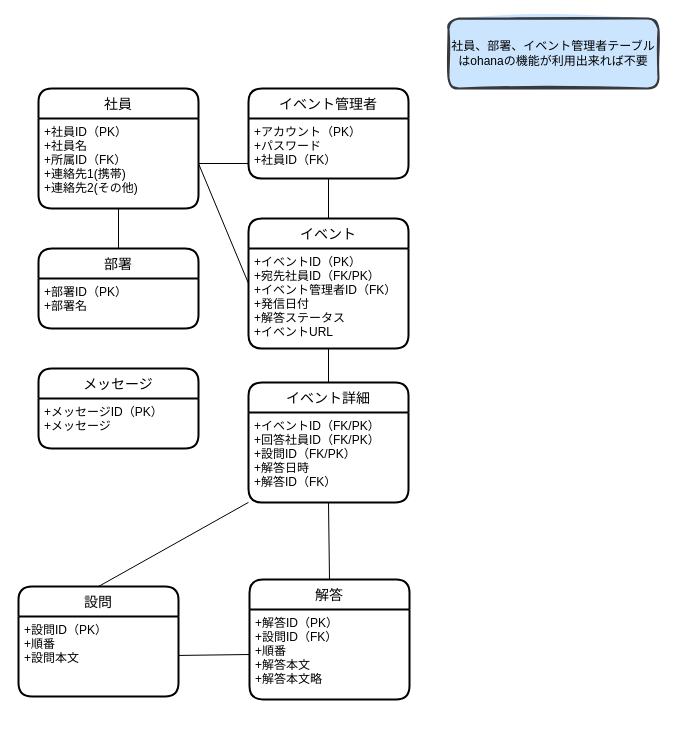
Before: safetyConfirmation/doc/03_ER/safetyConfirmation_er.drawio in ken-fulGit/fulGit, a draw.io diagram. Source tidied: cells renumbered, new cells numbered last; positions are measured from the earlier drawing's top-left corner, leaving out a move shared by most shapes. Both pictures are drawn from the tidied source at 100%, with x=0, y=0 at pixel (18, 18).
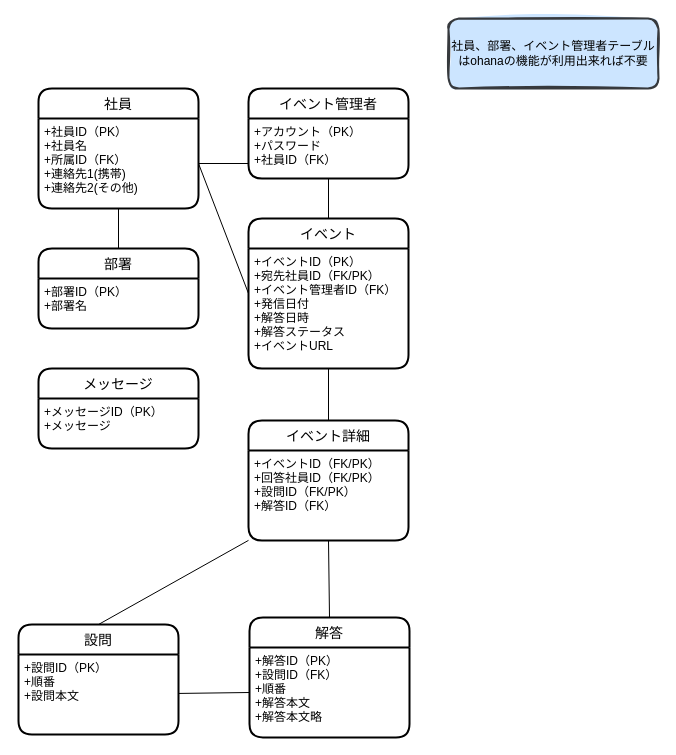
The same page after the edit.

Commit message (it also covers changes not shown here):
イベント及びイベント詳細エンティティ修正

The edit, as a diff of the source:
```diff
@@
     <mxCell id="9" value="設問" style="swimlane;horizontal=1;startSize=30;rounded=1;fontSize=14;fontStyle=0;strokeWidth=2;shadow=0;dashed=0;align=center;" parent="1" vertex="1">
-      <mxGeometry y="568" width="160" height="110" as="geometry" />
+      <mxGeometry y="606" width="160" height="110" as="geometry" />
     </mxCell>
@@
     <mxCell id="11" value="解答" style="swimlane;horizontal=1;startSize=30;rounded=1;fontSize=14;fontStyle=0;strokeWidth=2;shadow=0;dashed=0;align=center;" parent="1" vertex="1">
-      <mxGeometry x="231" y="561" width="160" height="120" as="geometry" />
+      <mxGeometry x="231" y="599" width="160" height="120" as="geometry" />
     </mxCell>
@@
     <mxCell id="15" value="イベント" style="swimlane;horizontal=1;startSize=30;rounded=1;fontSize=14;fontStyle=0;strokeWidth=2;shadow=0;dashed=0;align=center;" parent="1" vertex="1">
-      <mxGeometry x="230" y="200" width="160" height="130" as="geometry" />
+      <mxGeometry x="230" y="200" width="160" height="150" as="geometry" />
     </mxCell>
-    <mxCell id="16" value="+イベントID（PK）&#10;+宛先社員ID（FK/PK）&#10;+イベント管理者ID（FK）&#10;+発信日付&#10;+解答ステータス&#10;+イベントURL&#10;" style="align=left;strokeColor=none;fillColor=none;spacingLeft=4;fontSize=12;verticalAlign=top;" parent="15" vertex="1">
-      <mxGeometry y="30" width="160" height="100" as="geometry" />
+    <mxCell id="16" value="+イベントID（PK）&#10;+宛先社員ID（FK/PK）&#10;+イベント管理者ID（FK）&#10;+発信日付&#10;+解答日時&#10;+解答ステータス&#10;+イベントURL&#10;" style="align=left;strokeColor=none;fillColor=none;spacingLeft=4;fontSize=12;verticalAlign=top;" parent="15" vertex="1">
+      <mxGeometry y="30" width="160" height="120" as="geometry" />
     </mxCell>
@@
     <mxCell id="22" value="イベント詳細" style="swimlane;horizontal=1;startSize=30;rounded=1;fontSize=14;fontStyle=0;strokeWidth=2;shadow=0;dashed=0;align=center;" parent="1" vertex="1">
-      <mxGeometry x="230" y="364" width="160" height="120" as="geometry" />
+      <mxGeometry x="230" y="402" width="160" height="120" as="geometry" />
     </mxCell>
-    <mxCell id="23" value="+イベントID（FK/PK）&#10;+回答社員ID（FK/PK）&#10;+設問ID（FK/PK）&#10;+解答日時&#10;+解答ID（FK）" style="align=left;strokeColor=none;fillColor=none;spacingLeft=4;fontSize=12;verticalAlign=top;" parent="22" vertex="1">
+    <mxCell id="23" value="+イベントID（FK/PK）&#10;+回答社員ID（FK/PK）&#10;+設問ID（FK/PK）&#10;+解答ID（FK）" style="align=left;strokeColor=none;fillColor=none;spacingLeft=4;fontSize=12;verticalAlign=top;" parent="22" vertex="1">
       <mxGeometry y="30" width="160" height="90" as="geometry" />
     </mxCell>
```
